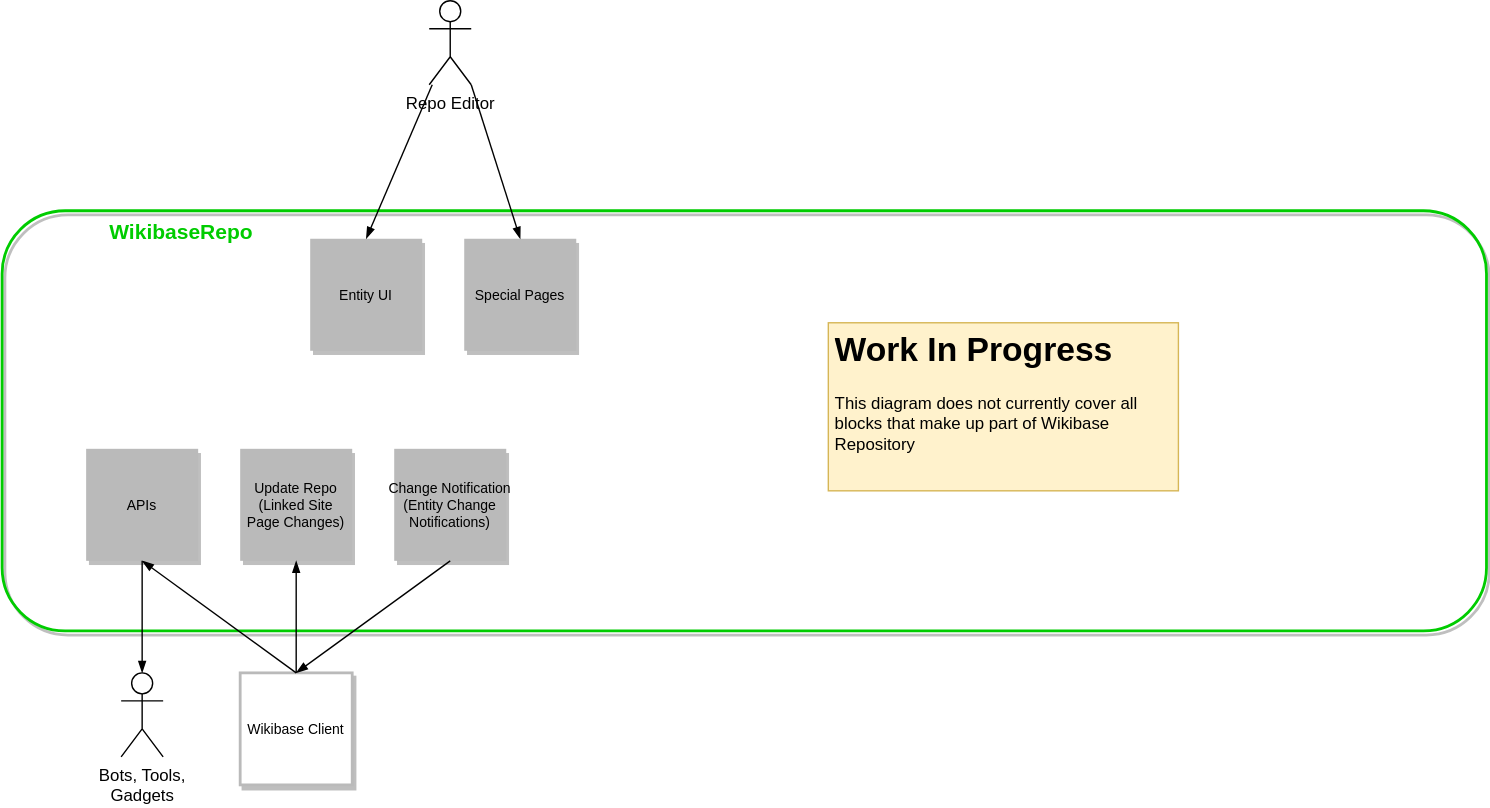
The draw.io diagram systems/WikibaseRepo/diagrams/05-building-blocks.drawio.svg in wmde/wikidata-wikibase-architecture, before a commit. Source tidied: cells renumbered, new cells last; positions are measured from the earlier drawing's top-left corner, leaving out a move shared by most shapes. The source it was exported from:
```xml
<mxGraphModel>
  <root>
    <mxCell id="0" />
    <mxCell id="1" parent="0" />
    <mxCell id="2" value="WikibaseRepo" style="rounded=1;shadow=1;fontSize=15;fillColor=none;strokeColor=#00CC00;strokeWidth=2;fontColor=#00CC00;fontStyle=1;labelBorderColor=none;labelBackgroundColor=none;horizontal=1;verticalAlign=top;spacingRight=0;spacingLeft=75;align=left;" parent="1" vertex="1">
      <mxGeometry y="150" width="1060" height="300" as="geometry" />
    </mxCell>
    <mxCell id="3" value="Wikibase Client" style="rounded=0;shadow=1;fontSize=10;fontColor=#000000;direction=west;strokeWidth=2;strokeColor=#BABABA;fillColor=#FFFFFF;" parent="1" vertex="1">
      <mxGeometry x="170" y="480" width="80" height="80" as="geometry" />
    </mxCell>
    <mxCell id="4" style="endArrow=blockThin;html=1;strokeColor=#000000;fontSize=10;fontColor=#000000;strokeWidth=1;endFill=1;entryX=0.5;entryY=0;entryDx=0;entryDy=0;exitX=0.5;exitY=1;exitDx=0;exitDy=0;" parent="1" edge="1" source="3" target="6">
      <mxGeometry x="100" y="50" as="geometry" />
    </mxCell>
    <mxCell id="5" value="Update Repo&#10;(Linked Site&#10;Page Changes)" style="rounded=0;shadow=1;fontSize=10;fontColor=#000000;strokeColor=none;direction=west;fillColor=#BABABA;" parent="1" vertex="1">
      <mxGeometry x="170" y="320" width="80" height="80" as="geometry" />
    </mxCell>
    <mxCell id="6" value="APIs" style="rounded=0;shadow=1;fontSize=10;fontColor=#000000;strokeColor=none;direction=west;fillColor=#BABABA;" parent="1" vertex="1">
      <mxGeometry x="60" y="320" width="80" height="80" as="geometry" />
    </mxCell>
    <mxCell id="7" value="Bots, Tools,&lt;br&gt;Gadgets" style="shape=umlActor;verticalLabelPosition=bottom;verticalAlign=top;html=1;outlineConnect=0;" parent="1" vertex="1">
      <mxGeometry x="85" y="480" width="30" height="60" as="geometry" />
    </mxCell>
    <mxCell id="8" style="endArrow=none;html=1;strokeColor=#000000;fontSize=10;fontColor=#000000;strokeWidth=1;endFill=0;entryX=0.5;entryY=0;entryDx=0;entryDy=0;startArrow=blockThin;startFill=1;exitX=0.5;exitY=0;exitDx=0;exitDy=0;exitPerimeter=0;" parent="1" edge="1" source="7" target="6">
      <mxGeometry x="140" y="-70" as="geometry" />
    </mxCell>
    <mxCell id="9" value="Repo Editor" style="shape=umlActor;verticalLabelPosition=bottom;verticalAlign=top;html=1;outlineConnect=0;" parent="1" vertex="1">
      <mxGeometry x="305" width="30" height="60" as="geometry" />
    </mxCell>
    <mxCell id="10" style="endArrow=none;html=1;strokeColor=#000000;fontSize=10;fontColor=#000000;strokeWidth=1;endFill=0;startArrow=blockThin;startFill=1;exitX=0.5;exitY=0;exitDx=0;exitDy=0;entryX=0.5;entryY=1;entryDx=0;entryDy=0;" parent="1" edge="1" source="5" target="3">
      <mxGeometry x="250" y="-70" as="geometry" />
    </mxCell>
    <mxCell id="11" value="Change Notification&#10;(Entity Change&#10;Notifications)" style="rounded=0;shadow=1;fontSize=10;fontColor=#000000;strokeColor=none;direction=west;fillColor=#BABABA;" parent="1" vertex="1">
      <mxGeometry x="280" y="320" width="80" height="80" as="geometry" />
    </mxCell>
    <mxCell id="12" style="endArrow=none;html=1;strokeColor=#000000;fontSize=10;fontColor=#000000;strokeWidth=1;endFill=0;startArrow=blockThin;startFill=1;entryX=0.5;entryY=0;entryDx=0;entryDy=0;exitX=0.5;exitY=1;exitDx=0;exitDy=0;" parent="1" edge="1" source="3" target="11">
      <mxGeometry x="260" y="-60" as="geometry" />
    </mxCell>
    <mxCell id="13" value="Entity UI" style="rounded=0;shadow=1;fontSize=10;fontColor=#000000;strokeColor=none;direction=west;fillColor=#BABABA;" parent="1" vertex="1">
      <mxGeometry x="220" y="170" width="80" height="80" as="geometry" />
    </mxCell>
    <mxCell id="14" style="endArrow=none;html=1;strokeColor=#000000;fontSize=10;fontColor=#000000;strokeWidth=1;endFill=0;startArrow=blockThin;startFill=1;exitX=0.5;exitY=1;exitDx=0;exitDy=0;" parent="1" edge="1" source="13" target="9">
      <mxGeometry x="540" y="-260" as="geometry" />
    </mxCell>
    <mxCell id="15" value="&lt;h1&gt;Work In Progress&lt;/h1&gt;&lt;p&gt;This diagram does not currently cover all blocks that make up part of Wikibase Repository&lt;/p&gt;" style="text;html=1;strokeColor=#d6b656;fillColor=#fff2cc;spacing=5;spacingTop=-20;whiteSpace=wrap;overflow=hidden;rounded=0;" parent="1" vertex="1">
      <mxGeometry x="590" y="230" width="250" height="120" as="geometry" />
    </mxCell>
    <mxCell id="16" value="Special Pages" style="rounded=0;shadow=1;fontSize=10;fontColor=#000000;strokeColor=none;direction=west;fillColor=#BABABA;" parent="1" vertex="1">
      <mxGeometry x="330" y="170" width="80" height="80" as="geometry" />
    </mxCell>
    <mxCell id="17" style="endArrow=none;html=1;strokeColor=#000000;fontSize=10;fontColor=#000000;strokeWidth=1;endFill=0;startArrow=blockThin;startFill=1;exitX=0.5;exitY=1;exitDx=0;exitDy=0;entryX=1;entryY=1;entryDx=0;entryDy=0;entryPerimeter=0;" parent="1" edge="1" source="16" target="9">
      <mxGeometry x="550" y="-250" as="geometry" />
    </mxCell>
  </root>
</mxGraphModel>
```
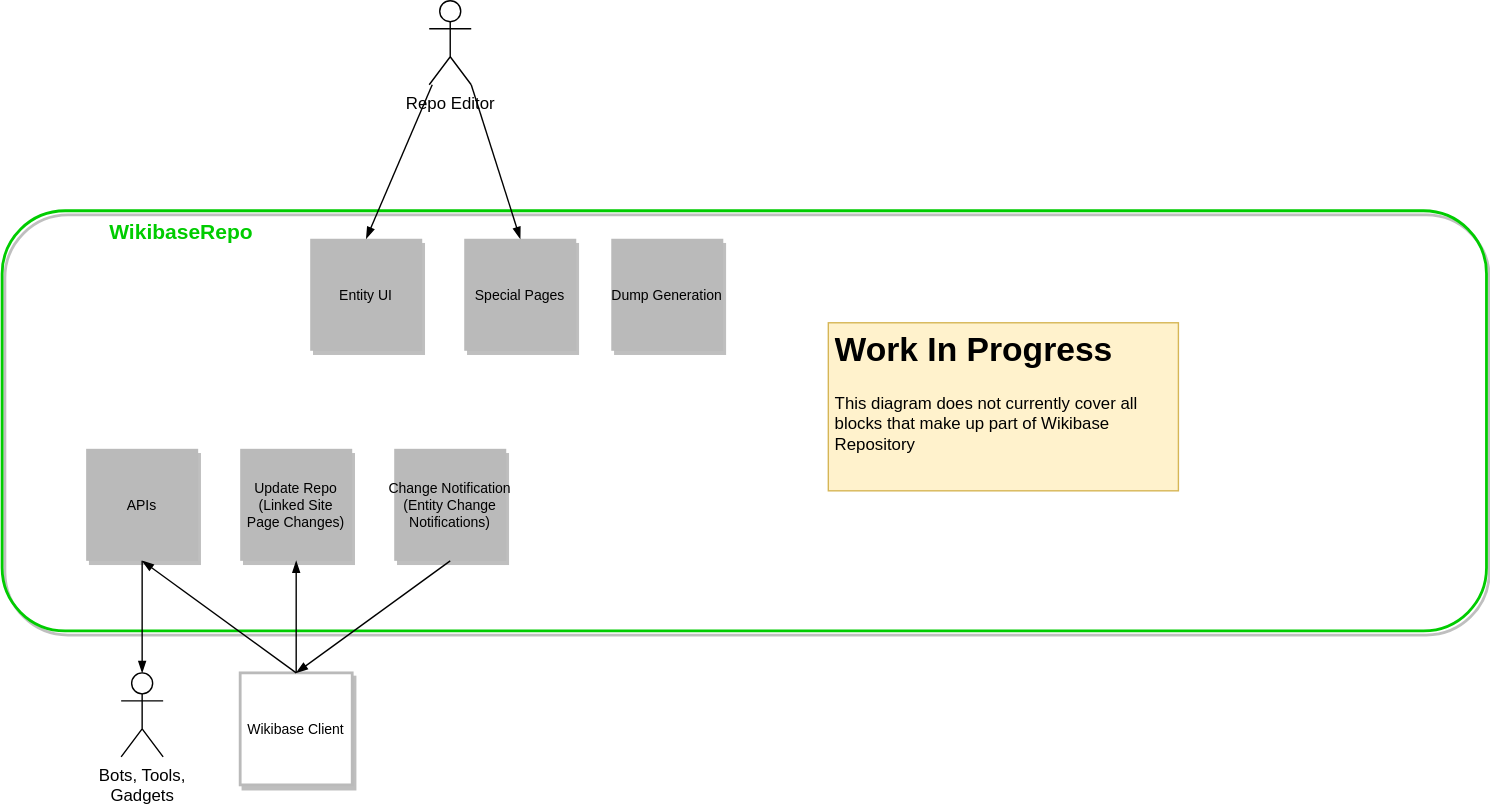
After the change.

Commit message:
Repo: Add Dump Generation (#130)

Change to the diagram source:
```diff
@@ -50,5 +50,8 @@
     <mxCell id="17" style="endArrow=none;html=1;strokeColor=#000000;fontSize=10;fontColor=#000000;strokeWidth=1;endFill=0;startArrow=blockThin;startFill=1;exitX=0.5;exitY=1;exitDx=0;exitDy=0;entryX=1;entryY=1;entryDx=0;entryDy=0;entryPerimeter=0;" parent="1" edge="1" source="16" target="9">
       <mxGeometry x="550" y="-250" as="geometry" />
     </mxCell>
+    <mxCell id="18" value="Dump Generation" style="rounded=0;shadow=1;fontSize=10;fontColor=#000000;strokeColor=none;direction=west;fillColor=#BABABA;" parent="1" vertex="1">
+      <mxGeometry x="435" y="170" width="80" height="80" as="geometry" />
+    </mxCell>
   </root>
 </mxGraphModel>
```
